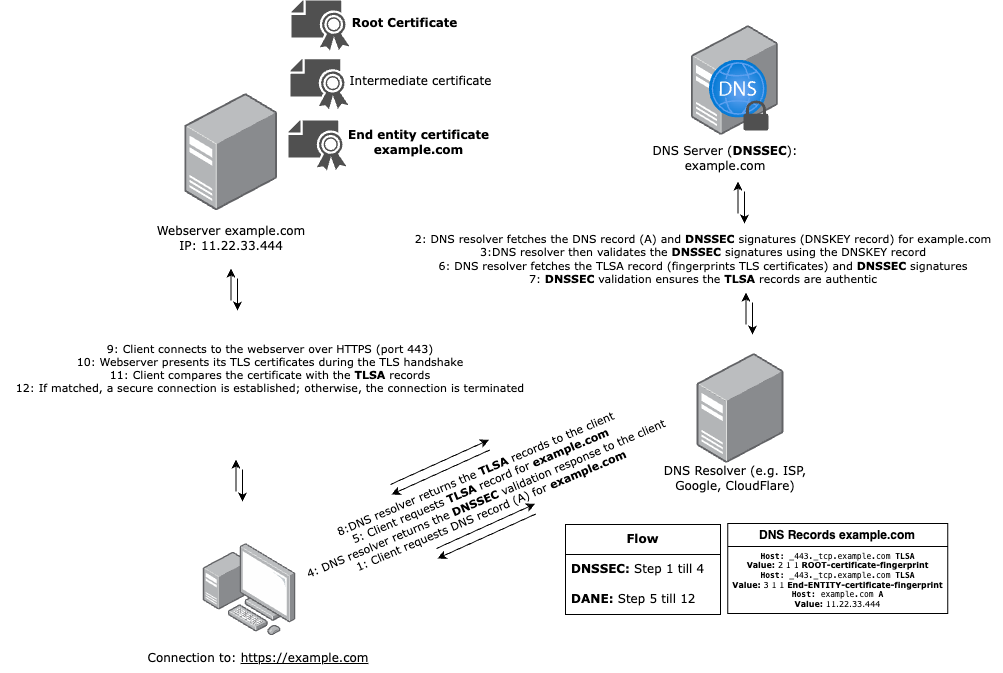
vand3rlinden/vand3rlinden.github.io keeps this draw.io diagram as static/images/dnssec-dane-explained/webserverdane-visual.png. Above is the earlier version. Source tidied: cells renumbered, new cells last; positions are measured from the earlier drawing's top-left corner, leaving out a move shared by most shapes. Its diagram source:
```xml
<mxGraphModel>
  <root>
    <mxCell id="0" />
    <mxCell id="1" parent="0" />
    <mxCell id="2" style="image;html=1;align=center;shadow=0;dashed=0;image=img/lib/allied_telesis/computer_and_terminals/Server_Desktop.svg;" parent="1" vertex="1">
      <mxGeometry x="184.4" y="93" width="92.6" height="117.4" as="geometry" />
    </mxCell>
    <mxCell id="3" style="image;html=1;align=center;shadow=0;dashed=0;image=img/lib/allied_telesis/computer_and_terminals/Personal_Computer_with_Server.svg;" parent="1" vertex="1">
      <mxGeometry x="202.8" y="543" width="92.4" height="92.4" as="geometry" />
    </mxCell>
    <mxCell id="4" value="Connection to: &lt;u&gt;https://example.com&lt;/u&gt;" style="text;html=1;align=center;verticalAlign=middle;whiteSpace=wrap;rounded=0;fontFamily=Verdana;" parent="1" vertex="1">
      <mxGeometry x="145" y="643" width="226" height="30" as="geometry" />
    </mxCell>
    <mxCell id="5" value="Webserver example.com&lt;div&gt;IP: 11.22.33.444&lt;/div&gt;" style="text;html=1;align=center;verticalAlign=middle;whiteSpace=wrap;rounded=0;fontFamily=Verdana;" parent="1" vertex="1">
      <mxGeometry x="125.7" y="223" width="210" height="30" as="geometry" />
    </mxCell>
    <mxCell id="6" style="sketch=0;shadow=0;dashed=0;html=1;strokeColor=none;fillColor=#505050;labelPosition=center;verticalLabelPosition=bottom;verticalAlign=top;align=center;shape=mxgraph.office.security.certificate;" parent="1" vertex="1">
      <mxGeometry x="291" width="58" height="50" as="geometry" />
    </mxCell>
    <mxCell id="7" style="sketch=0;shadow=0;dashed=0;html=1;strokeColor=none;fillColor=#505050;labelPosition=center;verticalLabelPosition=bottom;verticalAlign=top;align=center;shape=mxgraph.office.security.certificate;" parent="1" vertex="1">
      <mxGeometry x="290" y="58.8" width="58" height="50" as="geometry" />
    </mxCell>
    <mxCell id="8" style="sketch=0;shadow=0;dashed=0;html=1;strokeColor=none;fillColor=#505050;labelPosition=center;verticalLabelPosition=bottom;verticalAlign=top;align=center;shape=mxgraph.office.security.certificate;" parent="1" vertex="1">
      <mxGeometry x="288" y="120" width="58" height="50" as="geometry" />
    </mxCell>
    <mxCell id="9" value="Root Certificate" style="text;html=1;align=center;verticalAlign=middle;whiteSpace=wrap;rounded=0;fontFamily=Verdana;fontStyle=1;" parent="1" vertex="1">
      <mxGeometry x="348" y="8" width="113" height="30" as="geometry" />
    </mxCell>
    <mxCell id="10" value="Intermediate certificate" style="text;html=1;align=center;verticalAlign=middle;strokeColor=none;fillColor=none;fontFamily=Verdana;" parent="1" vertex="1">
      <mxGeometry x="335" y="65.8" width="170" height="30" as="geometry" />
    </mxCell>
    <mxCell id="11" value="End entity certificate&lt;br&gt;example.com" style="text;html=1;align=center;verticalAlign=middle;strokeColor=none;fillColor=none;fontStyle=1;fontFamily=Verdana;" parent="1" vertex="1">
      <mxGeometry x="342.5" y="122" width="150" height="40" as="geometry" />
    </mxCell>
    <mxCell id="12" value="DNS Records example.com" style="swimlane;whiteSpace=wrap;html=1;startSize=23;" parent="1" vertex="1">
      <mxGeometry x="727.3" y="523" width="220" height="90" as="geometry" />
    </mxCell>
    <mxCell id="13" value="&lt;code style=&quot;font-size: 8px;&quot;&gt;&lt;b&gt;Host:&lt;/b&gt; _443._tcp.example.com &lt;b&gt;TLSA&lt;br&gt;&lt;/b&gt;&lt;b style=&quot;font-family: Verdana;&quot;&gt;Value:&lt;/b&gt;&lt;span style=&quot;font-family: Verdana;&quot;&gt;&amp;nbsp;2 1 1&lt;/span&gt;&lt;b style=&quot;font-family: Verdana;&quot;&gt;&amp;nbsp;ROOT-certificate-fingerprint&lt;br&gt;&lt;/b&gt;&lt;b&gt;Host:&lt;/b&gt;&amp;nbsp;_443._tcp.example.com&amp;nbsp;&lt;b&gt;TLSA&lt;br&gt;&lt;/b&gt;&lt;b style=&quot;font-family: Verdana;&quot;&gt;Value:&lt;/b&gt;&lt;span style=&quot;font-family: Verdana;&quot;&gt;&amp;nbsp;3 1 1&lt;/span&gt;&lt;b style=&quot;font-family: Verdana;&quot;&gt;&amp;nbsp;End-ENTITY-certificate-fingerprint&lt;br&gt;&lt;/b&gt;&lt;b&gt;Host:&lt;/b&gt;&amp;nbsp;example.com&amp;nbsp;&lt;b&gt;A&lt;br&gt;&lt;/b&gt;&lt;b style=&quot;font-family: Verdana;&quot;&gt;Value:&lt;/b&gt;&lt;span style=&quot;font-family: Verdana;&quot;&gt;&amp;nbsp;11.22.33.444&lt;/span&gt;&lt;b&gt;&lt;br&gt;&lt;/b&gt;&lt;/code&gt;" style="text;html=1;align=center;verticalAlign=middle;whiteSpace=wrap;rounded=0;fontSize=8;fontFamily=Verdana;" parent="12" vertex="1">
      <mxGeometry x="1" y="42" width="219" height="30" as="geometry" />
    </mxCell>
    <mxCell id="14" style="image;html=1;align=center;shadow=0;dashed=0;image=img/lib/allied_telesis/computer_and_terminals/Server_Desktop.svg;" parent="1" vertex="1">
      <mxGeometry x="691" y="25" width="86.8" height="110" as="geometry" />
    </mxCell>
    <mxCell id="15" value="DNS Serve&lt;span style=&quot;color: rgba(0, 0, 0, 0); font-family: monospace; font-size: 0px; text-align: start; text-wrap: nowrap;&quot;&gt;%3CmxGraphModel%3E%3Croot%3E%3CmxCell%20id%3D%220%22%2F%3E%3CmxCell%20id%3D%221%22%20parent%3D%220%22%2F%3E%3CmxCell%20id%3D%222%22%20value%3D%22%22%20style%3D%22image%3Baspect%3Dfixed%3Bhtml%3D1%3Bpoints%3D%5B%5D%3Balign%3Dcenter%3BfontSize%3D12%3Bimage%3Dimg%2Flib%2Fazure2%2Fnetworking%2FDNS_Zones.svg%3B%22%20vertex%3D%221%22%20parent%3D%221%22%3E%3CmxGeometry%20x%3D%22425%22%20y%3D%22340%22%20width%3D%2290%22%20height%3D%2290%22%20as%3D%22geometry%22%2F%3E%3C%2FmxCell%3E%3CmxCell%20id%3D%223%22%20value%3D%22%22%20style%3D%22sketch%3D0%3BpointerEvents%3D1%3Bshadow%3D0%3Bdashed%3D0%3Bhtml%3D1%3BstrokeColor%3Dnone%3BfillColor%3D%23505050%3BlabelPosition%3Dcenter%3BverticalLabelPosition%3Dbottom%3BverticalAlign%3Dtop%3BoutlineConnect%3D0%3Balign%3Dcenter%3Bshape%3Dmxgraph.office.security.lock_protected%3B%22%20vertex%3D%221%22%20parent%3D%221%22%3E%3CmxGeometry%20x%3D%22477%22%20y%3D%22398%22%20width%3D%2238%22%20height%3D%2252%22%20as%3D%22geometry%22%2F%3E%3C%2FmxCell%3E%3C%2Froot%3E%3C%2FmxGraphModel%3E&lt;/span&gt;r (&lt;b&gt;DNSSEC&lt;/b&gt;): example.com" style="text;html=1;align=center;verticalAlign=middle;whiteSpace=wrap;rounded=0;fontFamily=Verdana;" parent="1" vertex="1">
      <mxGeometry x="645" y="143" width="160" height="30" as="geometry" />
    </mxCell>
    <mxCell id="16" style="image;html=1;align=center;fontSize=12;image=img/lib/azure2/networking/DNS_Zones.svg;" parent="1" vertex="1">
      <mxGeometry x="709" y="59.6" width="57.9" height="57.9" as="geometry" />
    </mxCell>
    <mxCell id="17" style="sketch=0;shadow=0;dashed=0;html=1;strokeColor=none;fillColor=#505050;labelPosition=center;verticalLabelPosition=bottom;verticalAlign=top;align=center;shape=mxgraph.office.security.lock_protected;" parent="1" vertex="1">
      <mxGeometry x="743" y="100" width="25" height="30" as="geometry" />
    </mxCell>
    <mxCell id="18" value="2: DNS resolver fetches the DNS record (A) and &lt;b&gt;DNSSEC&lt;/b&gt; signatures (DNSKEY record) for example.com&lt;br style=&quot;font-size: 11px;&quot;&gt;3:DNS resolver then validates the&amp;nbsp;&lt;b&gt;DNSSEC&lt;/b&gt;&amp;nbsp;signatures using the DNSKEY record&lt;br style=&quot;font-size: 11px;&quot;&gt;&lt;span style=&quot;font-size: 11px;&quot;&gt;6: DNS resolver fetches the TLSA record (fingerprints TLS certificates) and &lt;b&gt;DNSSEC&lt;/b&gt; signatures&lt;br style=&quot;font-size: 11px;&quot;&gt;&lt;/span&gt;&lt;span style=&quot;font-size: 11px;&quot;&gt;7:&amp;nbsp;&lt;b&gt;DNSSEC&lt;/b&gt; validation ensures the&amp;nbsp;&lt;/span&gt;&lt;b style=&quot;font-size: 11px;&quot;&gt;TLSA&lt;/b&gt;&lt;span style=&quot;font-size: 11px;&quot;&gt;&amp;nbsp;records are authentic&lt;/span&gt;&lt;span style=&quot;font-size: 11px;&quot;&gt;&lt;br style=&quot;font-size: 11px;&quot;&gt;&lt;/span&gt;" style="text;html=1;align=center;verticalAlign=middle;whiteSpace=wrap;rounded=0;fontFamily=Verdana;fontSize=11;" parent="1" vertex="1">
      <mxGeometry x="403" y="243" width="600" height="30" as="geometry" />
    </mxCell>
    <mxCell id="19" style="image;html=1;align=center;shadow=0;dashed=0;image=img/lib/allied_telesis/computer_and_terminals/Server_Desktop.svg;" parent="1" vertex="1">
      <mxGeometry x="696.6" y="353" width="86.8" height="110" as="geometry" />
    </mxCell>
    <mxCell id="20" value="DNS Resolver (e.g. ISP, Google, CloudFlare)" style="text;html=1;align=center;verticalAlign=middle;whiteSpace=wrap;rounded=0;fontFamily=Verdana;" parent="1" vertex="1">
      <mxGeometry x="660" y="463" width="150" height="30" as="geometry" />
    </mxCell>
    <mxCell id="21" style="endArrow=classic;html=1;rounded=0;" parent="1" edge="1">
      <mxGeometry relative="1" as="geometry">
        <mxPoint x="737.4" y="213" as="sourcePoint" />
        <mxPoint x="737.4" y="181" as="targetPoint" />
      </mxGeometry>
    </mxCell>
    <mxCell id="22" style="endArrow=classic;html=1;rounded=0;" parent="1" edge="1">
      <mxGeometry relative="1" as="geometry">
        <mxPoint x="744" y="191" as="sourcePoint" />
        <mxPoint x="744" y="223" as="targetPoint" />
      </mxGeometry>
    </mxCell>
    <mxCell id="23" style="endArrow=classic;html=1;rounded=0;" parent="1" edge="1">
      <mxGeometry relative="1" as="geometry">
        <mxPoint x="745.4" y="324" as="sourcePoint" />
        <mxPoint x="745.4" y="292" as="targetPoint" />
      </mxGeometry>
    </mxCell>
    <mxCell id="24" style="endArrow=classic;html=1;rounded=0;" parent="1" edge="1">
      <mxGeometry relative="1" as="geometry">
        <mxPoint x="752" y="302" as="sourcePoint" />
        <mxPoint x="752" y="334" as="targetPoint" />
      </mxGeometry>
    </mxCell>
    <mxCell id="25" value="&lt;b&gt;&lt;font face=&quot;Verdana&quot;&gt;Flow&lt;/font&gt;&lt;/b&gt;" style="swimlane;fontStyle=0;horizontal=1;startSize=30;whiteSpace=wrap;html=1;" parent="1" vertex="1">
      <mxGeometry x="565" y="524" width="155" height="90" as="geometry" />
    </mxCell>
    <mxCell id="26" value="&lt;font face=&quot;Verdana&quot;&gt;&lt;b&gt;DNSSEC:&lt;/b&gt;&amp;nbsp;Step 1 till 4&lt;/font&gt;" style="text;strokeColor=none;fillColor=none;align=left;verticalAlign=middle;spacingLeft=4;spacingRight=4;overflow=hidden;whiteSpace=wrap;html=1;" parent="25" vertex="1">
      <mxGeometry y="30" width="155" height="30" as="geometry" />
    </mxCell>
    <mxCell id="27" value="&lt;font face=&quot;Verdana&quot;&gt;&lt;b&gt;DANE:&lt;/b&gt;&amp;nbsp;Step 5 till 12&lt;/font&gt;" style="text;strokeColor=none;fillColor=none;align=left;verticalAlign=middle;spacingLeft=4;spacingRight=4;overflow=hidden;whiteSpace=wrap;html=1;" parent="25" vertex="1">
      <mxGeometry y="60" width="155" height="30" as="geometry" />
    </mxCell>
    <mxCell id="28" value="8:DNS resolver returns the &lt;b&gt;TLSA&lt;/b&gt; records to the client&lt;br&gt;5: Client requests &lt;b style=&quot;font-size: 11px;&quot;&gt;TLSA&lt;/b&gt; record for &lt;b style=&quot;font-size: 11px;&quot;&gt;example.com&lt;br style=&quot;font-size: 11px;&quot;&gt;&lt;/b&gt;&lt;span style=&quot;text-align: left; font-size: 11px;&quot;&gt;4: DNS resolver returns the &lt;b style=&quot;font-size: 11px;&quot;&gt;DNSSEC&lt;/b&gt; validation response to the client&lt;br style=&quot;font-size: 11px;&quot;&gt;&lt;/span&gt;1:&amp;nbsp;Client requests DNS record (A) for&amp;nbsp;&lt;b style=&quot;font-size: 11px;&quot;&gt;example.com&lt;/b&gt;&lt;b style=&quot;font-size: 11px;&quot;&gt;&lt;br style=&quot;font-size: 11px;&quot;&gt;&lt;/b&gt;" style="text;html=1;align=center;verticalAlign=middle;whiteSpace=wrap;rounded=0;fontFamily=Verdana;fontSize=11;rotation=337;" parent="1" vertex="1">
      <mxGeometry x="278.4" y="476.4" width="410" height="30" as="geometry" />
    </mxCell>
    <mxCell id="29" style="endArrow=classic;html=1;rounded=0;" parent="1" edge="1">
      <mxGeometry relative="1" as="geometry">
        <mxPoint x="230.4" y="300" as="sourcePoint" />
        <mxPoint x="230.4" y="268" as="targetPoint" />
      </mxGeometry>
    </mxCell>
    <mxCell id="30" style="endArrow=classic;html=1;rounded=0;" parent="1" edge="1">
      <mxGeometry relative="1" as="geometry">
        <mxPoint x="237" y="278" as="sourcePoint" />
        <mxPoint x="237" y="310" as="targetPoint" />
      </mxGeometry>
    </mxCell>
    <mxCell id="31" style="endArrow=classic;html=1;rounded=0;" parent="1" edge="1">
      <mxGeometry relative="1" as="geometry">
        <mxPoint x="235.4" y="491" as="sourcePoint" />
        <mxPoint x="235.4" y="459" as="targetPoint" />
      </mxGeometry>
    </mxCell>
    <mxCell id="32" style="endArrow=classic;html=1;rounded=0;" parent="1" edge="1">
      <mxGeometry relative="1" as="geometry">
        <mxPoint x="242" y="469" as="sourcePoint" />
        <mxPoint x="242" y="501" as="targetPoint" />
      </mxGeometry>
    </mxCell>
    <mxCell id="33" value="9: Client connects to the webserver over HTTPS (port 443)&lt;br&gt;10:&amp;nbsp;Webserver presents its TLS certificates during the TLS handshake&lt;br&gt;11:&amp;nbsp;Client compares the certificate with the &lt;b&gt;TLSA&lt;/b&gt; records&lt;br&gt;12:&amp;nbsp;If matched, a secure connection is established; otherwise, the connection is terminated&lt;br&gt;&lt;div&gt;&lt;br&gt;&lt;/div&gt;" style="text;html=1;align=center;verticalAlign=middle;whiteSpace=wrap;rounded=0;fontFamily=Verdana;fontSize=11;" parent="1" vertex="1">
      <mxGeometry y="359" width="540" height="30" as="geometry" />
    </mxCell>
    <mxCell id="34" style="endArrow=classic;html=1;rounded=0;" parent="1" edge="1">
      <mxGeometry relative="1" as="geometry">
        <mxPoint x="436" y="548" as="sourcePoint" />
        <mxPoint x="534.5" y="503.4" as="targetPoint" />
      </mxGeometry>
    </mxCell>
    <mxCell id="35" style="endArrow=classic;html=1;rounded=0;" parent="1" edge="1">
      <mxGeometry relative="1" as="geometry">
        <mxPoint x="535.5" y="513.4" as="sourcePoint" />
        <mxPoint x="437" y="558" as="targetPoint" />
      </mxGeometry>
    </mxCell>
    <mxCell id="36" style="endArrow=classic;html=1;rounded=0;" parent="1" edge="1">
      <mxGeometry relative="1" as="geometry">
        <mxPoint x="390" y="484" as="sourcePoint" />
        <mxPoint x="488.5" y="439.4" as="targetPoint" />
      </mxGeometry>
    </mxCell>
    <mxCell id="37" style="endArrow=classic;html=1;rounded=0;" parent="1" edge="1">
      <mxGeometry relative="1" as="geometry">
        <mxPoint x="489.5" y="449.4" as="sourcePoint" />
        <mxPoint x="391" y="494" as="targetPoint" />
      </mxGeometry>
    </mxCell>
  </root>
</mxGraphModel>
```
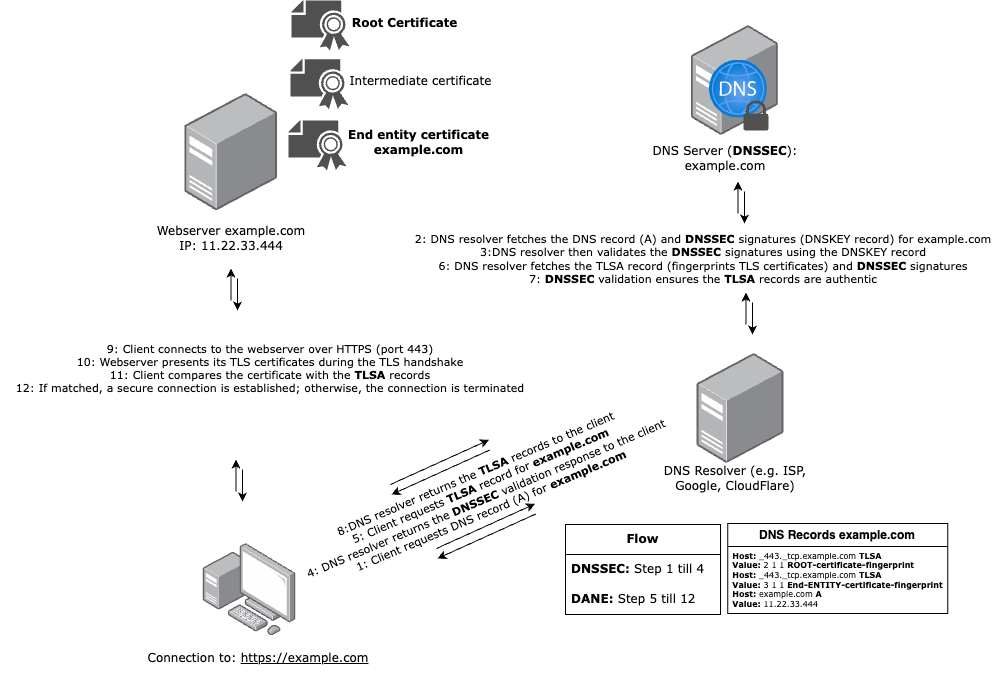
After the change.

The edit, as a diff of the source:
```diff
@@ -35,7 +35,7 @@
     <mxCell id="12" value="DNS Records example.com" style="swimlane;whiteSpace=wrap;html=1;startSize=23;" parent="1" vertex="1">
       <mxGeometry x="727.3" y="523" width="220" height="90" as="geometry" />
     </mxCell>
-    <mxCell id="13" value="&lt;code style=&quot;font-size: 8px;&quot;&gt;&lt;b&gt;Host:&lt;/b&gt; _443._tcp.example.com &lt;b&gt;TLSA&lt;br&gt;&lt;/b&gt;&lt;b style=&quot;font-family: Verdana;&quot;&gt;Value:&lt;/b&gt;&lt;span style=&quot;font-family: Verdana;&quot;&gt;&amp;nbsp;2 1 1&lt;/span&gt;&lt;b style=&quot;font-family: Verdana;&quot;&gt;&amp;nbsp;ROOT-certificate-fingerprint&lt;br&gt;&lt;/b&gt;&lt;b&gt;Host:&lt;/b&gt;&amp;nbsp;_443._tcp.example.com&amp;nbsp;&lt;b&gt;TLSA&lt;br&gt;&lt;/b&gt;&lt;b style=&quot;font-family: Verdana;&quot;&gt;Value:&lt;/b&gt;&lt;span style=&quot;font-family: Verdana;&quot;&gt;&amp;nbsp;3 1 1&lt;/span&gt;&lt;b style=&quot;font-family: Verdana;&quot;&gt;&amp;nbsp;End-ENTITY-certificate-fingerprint&lt;br&gt;&lt;/b&gt;&lt;b&gt;Host:&lt;/b&gt;&amp;nbsp;example.com&amp;nbsp;&lt;b&gt;A&lt;br&gt;&lt;/b&gt;&lt;b style=&quot;font-family: Verdana;&quot;&gt;Value:&lt;/b&gt;&lt;span style=&quot;font-family: Verdana;&quot;&gt;&amp;nbsp;11.22.33.444&lt;/span&gt;&lt;b&gt;&lt;br&gt;&lt;/b&gt;&lt;/code&gt;" style="text;html=1;align=center;verticalAlign=middle;whiteSpace=wrap;rounded=0;fontSize=8;fontFamily=Verdana;" parent="12" vertex="1">
+    <mxCell id="13" value="&lt;div style=&quot;text-align: left;&quot;&gt;&lt;b style=&quot;background-color: initial;&quot;&gt;Host:&lt;/b&gt;&lt;span style=&quot;background-color: initial;&quot;&gt; _443._tcp.example.com &lt;/span&gt;&lt;b style=&quot;background-color: initial;&quot;&gt;TLSA&lt;/b&gt;&lt;/div&gt;&lt;code style=&quot;font-size: 8px;&quot;&gt;&lt;div style=&quot;text-align: left;&quot;&gt;&lt;b style=&quot;background-color: initial; font-family: Verdana;&quot;&gt;Value:&lt;/b&gt;&lt;span style=&quot;background-color: initial; font-family: Verdana;&quot;&gt;&amp;nbsp;2 1 1&lt;/span&gt;&lt;b style=&quot;background-color: initial; font-family: Verdana;&quot;&gt;&amp;nbsp;ROOT-certificate-fingerprint&lt;/b&gt;&lt;/div&gt;&lt;b&gt;&lt;div style=&quot;text-align: left;&quot;&gt;&lt;b style=&quot;background-color: initial; font-family: Verdana;&quot;&gt;Host:&lt;/b&gt;&lt;span style=&quot;background-color: initial; font-family: Verdana; font-weight: normal;&quot;&gt;&amp;nbsp;_443._tcp.example.com&amp;nbsp;&lt;/span&gt;&lt;b style=&quot;background-color: initial; font-family: Verdana;&quot;&gt;TLSA&lt;/b&gt;&lt;/div&gt;&lt;/b&gt;&lt;b style=&quot;font-family: Verdana;&quot;&gt;&lt;div style=&quot;text-align: left;&quot;&gt;&lt;b style=&quot;background-color: initial;&quot;&gt;Value:&lt;/b&gt;&lt;span style=&quot;background-color: initial; font-weight: normal;&quot;&gt;&amp;nbsp;3 1 1&lt;/span&gt;&lt;b style=&quot;background-color: initial;&quot;&gt;&amp;nbsp;End-ENTITY-certificate-fingerprint&lt;/b&gt;&lt;/div&gt;&lt;/b&gt;&lt;b&gt;&lt;div style=&quot;text-align: left;&quot;&gt;&lt;b style=&quot;background-color: initial; font-family: Verdana;&quot;&gt;Host:&lt;/b&gt;&lt;span style=&quot;background-color: initial; font-family: Verdana; font-weight: normal;&quot;&gt;&amp;nbsp;example.com&amp;nbsp;&lt;/span&gt;&lt;b style=&quot;background-color: initial; font-family: Verdana;&quot;&gt;A&lt;/b&gt;&lt;/div&gt;&lt;/b&gt;&lt;b style=&quot;font-family: Verdana;&quot;&gt;&lt;div style=&quot;text-align: left;&quot;&gt;&lt;b style=&quot;background-color: initial;&quot;&gt;Value:&lt;/b&gt;&lt;span style=&quot;background-color: initial; font-weight: normal;&quot;&gt;&amp;nbsp;11.22.33.444&lt;/span&gt;&lt;/div&gt;&lt;/b&gt;&lt;/code&gt;" style="text;html=1;align=center;verticalAlign=middle;whiteSpace=wrap;rounded=0;fontSize=8;fontFamily=Verdana;" parent="12" vertex="1">
       <mxGeometry x="1" y="42" width="219" height="30" as="geometry" />
     </mxCell>
     <mxCell id="14" style="image;html=1;align=center;shadow=0;dashed=0;image=img/lib/allied_telesis/computer_and_terminals/Server_Desktop.svg;" parent="1" vertex="1">
```
